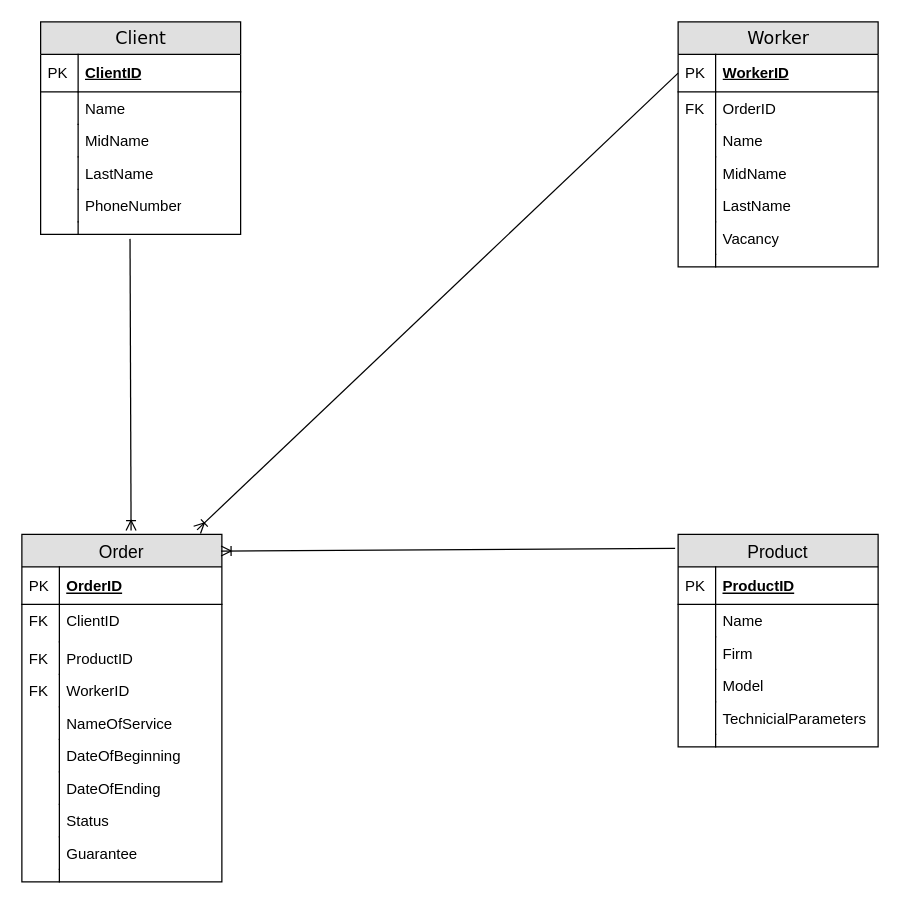
This is Development of a software application.drawio from duxa2089/entity-relationship-model, a draw.io file, before an edit. Source tidied: cells renumbered, new cells numbered last; positions are measured from the earlier drawing's top-left corner, leaving out a move shared by most shapes. Both pictures are drawn from the tidied source at 125%, with x=0, y=0 at pixel (21, 21).
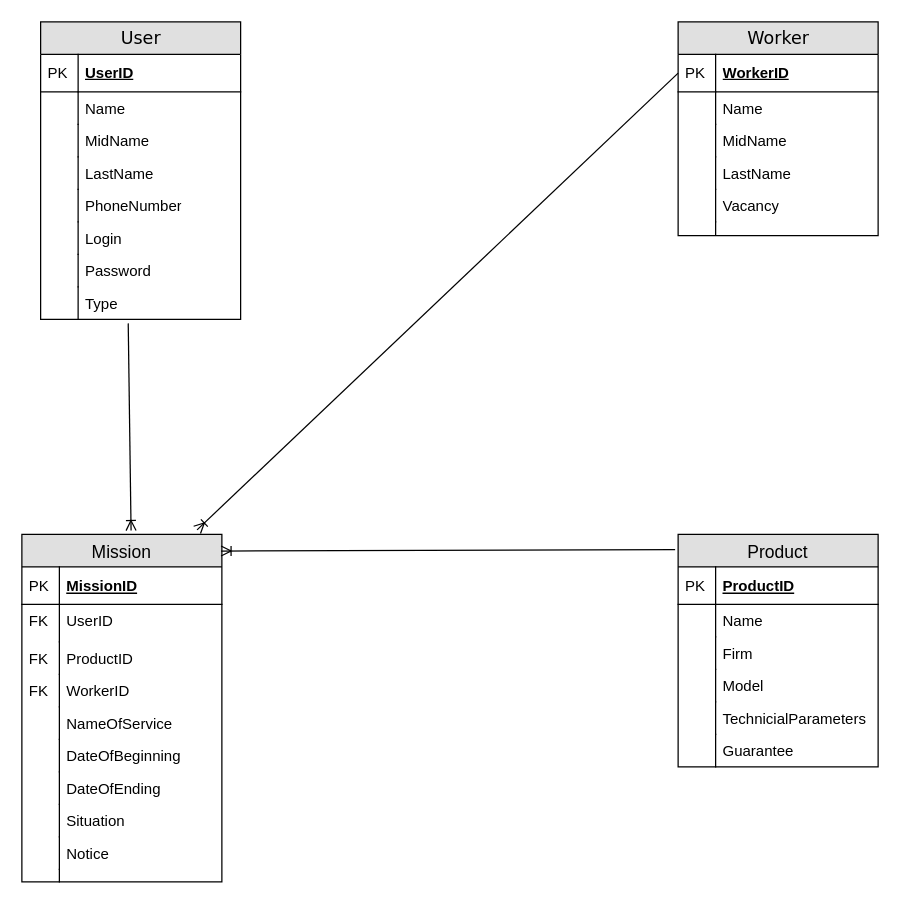
The same diagram, later.

What changed in the source:
```diff
@@
-    <mxCell id="2" value="Client" style="swimlane;html=1;fontStyle=0;horizontal=1;startSize=26;fillColor=#e0e0e0;swimlaneFillColor=#ffffff;align=center;rounded=0;shadow=0;comic=0;labelBackgroundColor=none;strokeColor=#000000;strokeWidth=1;fontFamily=Verdana;fontSize=14;fontColor=#000000;swimlaneLine=1;" parent="1" vertex="1">
-      <mxGeometry x="15" width="160" height="170" as="geometry" />
+    <mxCell id="2" value="User" style="swimlane;html=1;fontStyle=0;horizontal=1;startSize=26;fillColor=#e0e0e0;swimlaneFillColor=#ffffff;align=center;rounded=0;shadow=0;comic=0;labelBackgroundColor=none;strokeColor=#000000;strokeWidth=1;fontFamily=Verdana;fontSize=14;fontColor=#000000;swimlaneLine=1;" parent="1" vertex="1">
+      <mxGeometry x="15" width="160" height="238" as="geometry" />
     </mxCell>
-    <mxCell id="3" value="ClientID" style="shape=partialRectangle;top=0;left=0;right=0;bottom=1;html=1;align=left;verticalAlign=middle;fillColor=none;spacingLeft=34;spacingRight=4;whiteSpace=wrap;overflow=hidden;fontStyle=5;" parent="2" vertex="1">
+    <mxCell id="3" value="UserID" style="shape=partialRectangle;top=0;left=0;right=0;bottom=1;html=1;align=left;verticalAlign=middle;fillColor=none;spacingLeft=34;spacingRight=4;whiteSpace=wrap;overflow=hidden;fontStyle=5;" parent="2" vertex="1">
       <mxGeometry y="26" width="160" height="30" as="geometry" />
     </mxCell>
@@
-    <mxCell id="13" style="shape=partialRectangle;top=0;left=0;right=0;bottom=0;html=1;align=left;verticalAlign=top;fillColor=none;spacingLeft=34;spacingRight=4;whiteSpace=wrap;overflow=hidden;points=[[0,0.5],[1,0.5]];portConstraint=eastwest;" parent="2" vertex="1">
-      <mxGeometry y="160" width="160" height="10" as="geometry" />
-    </mxCell>
-    <mxCell id="14" style="shape=partialRectangle;top=0;left=0;bottom=0;html=1;fillColor=none;align=left;verticalAlign=top;spacingLeft=4;spacingRight=4;whiteSpace=wrap;overflow=hidden;" parent="13" vertex="1">
-      <mxGeometry width="30" height="10" as="geometry" />
-    </mxCell>
+    <mxCell id="67" value="Login" style="shape=partialRectangle;top=0;left=0;right=0;bottom=0;align=left;verticalAlign=top;fillColor=none;spacingLeft=34;spacingRight=4;overflow=hidden;fontSize=12;" parent="2" vertex="1">
+      <mxGeometry y="160" width="160" height="26" as="geometry" />
+    </mxCell>
+    <mxCell id="68" style="shape=partialRectangle;top=0;left=0;bottom=0;fillColor=none;align=left;verticalAlign=top;spacingLeft=4;spacingRight=4;overflow=hidden;fontSize=12;" parent="67" vertex="1">
+      <mxGeometry width="30" height="26" as="geometry" />
+    </mxCell>
+    <mxCell id="69" value="Password" style="shape=partialRectangle;top=0;left=0;right=0;bottom=0;align=left;verticalAlign=top;fillColor=none;spacingLeft=34;spacingRight=4;overflow=hidden;fontSize=12;" parent="2" vertex="1">
+      <mxGeometry y="186" width="160" height="26" as="geometry" />
+    </mxCell>
+    <mxCell id="70" style="shape=partialRectangle;top=0;left=0;bottom=0;fillColor=none;align=left;verticalAlign=top;spacingLeft=4;spacingRight=4;overflow=hidden;fontSize=12;" parent="69" vertex="1">
+      <mxGeometry width="30" height="26" as="geometry" />
+    </mxCell>
+    <mxCell id="71" value="Type" style="shape=partialRectangle;top=0;left=0;right=0;bottom=0;align=left;verticalAlign=top;fillColor=none;spacingLeft=34;spacingRight=4;overflow=hidden;points=[[0,0.5],[1,0.5]];portConstraint=eastwest;fontSize=12;" parent="2" vertex="1">
+      <mxGeometry y="212" width="160" height="26" as="geometry" />
+    </mxCell>
+    <mxCell id="72" style="shape=partialRectangle;top=0;left=0;bottom=0;fillColor=none;align=left;verticalAlign=top;spacingLeft=4;spacingRight=4;overflow=hidden;fontSize=12;" parent="71" vertex="1">
+      <mxGeometry width="30" height="26" as="geometry" />
+    </mxCell>
     <mxCell id="15" value="Worker" style="swimlane;html=1;fontStyle=0;horizontal=1;startSize=26;fillColor=#e0e0e0;swimlaneFillColor=#ffffff;align=center;rounded=0;shadow=0;comic=0;labelBackgroundColor=none;strokeColor=#000000;strokeWidth=1;fontFamily=Verdana;fontSize=14;fontColor=#000000;" parent="1" vertex="1">
-      <mxGeometry x="525" width="160" height="196" as="geometry" />
+      <mxGeometry x="525" width="160" height="171" as="geometry" />
     </mxCell>
@@
-    <mxCell id="18" value="OrderID" style="shape=partialRectangle;top=0;left=0;right=0;bottom=0;align=left;verticalAlign=top;fillColor=none;spacingLeft=34;spacingRight=4;overflow=hidden;fontSize=12;" parent="15" vertex="1">
-      <mxGeometry y="56" width="160" height="26" as="geometry" />
-    </mxCell>
-    <mxCell id="19" value="FK" style="shape=partialRectangle;top=0;left=0;bottom=0;fillColor=none;align=left;verticalAlign=top;spacingLeft=4;spacingRight=4;overflow=hidden;fontSize=12;" parent="18" vertex="1">
-      <mxGeometry width="30" height="26" as="geometry" />
-    </mxCell>
     <mxCell id="20" value="Name" style="shape=partialRectangle;top=0;left=0;right=0;bottom=0;html=1;align=left;verticalAlign=top;fillColor=none;spacingLeft=34;spacingRight=4;whiteSpace=wrap;overflow=hidden;" parent="15" vertex="1">
-      <mxGeometry y="82" width="160" height="26" as="geometry" />
+      <mxGeometry y="56" width="160" height="26" as="geometry" />
     </mxCell>
@@
     <mxCell id="22" value="MidName" style="shape=partialRectangle;top=0;left=0;right=0;bottom=0;html=1;align=left;verticalAlign=top;fillColor=none;spacingLeft=34;spacingRight=4;whiteSpace=wrap;overflow=hidden;" parent="15" vertex="1">
-      <mxGeometry y="108" width="160" height="26" as="geometry" />
+      <mxGeometry y="82" width="160" height="26" as="geometry" />
     </mxCell>
@@
     <mxCell id="24" value="LastName" style="shape=partialRectangle;top=0;left=0;right=0;bottom=0;html=1;align=left;verticalAlign=top;fillColor=none;spacingLeft=34;spacingRight=4;whiteSpace=wrap;overflow=hidden;" parent="15" vertex="1">
-      <mxGeometry y="134" width="160" height="26" as="geometry" />
+      <mxGeometry y="108" width="160" height="26" as="geometry" />
     </mxCell>
@@
     <mxCell id="26" value="Vacancy" style="shape=partialRectangle;top=0;left=0;right=0;bottom=0;html=1;align=left;verticalAlign=top;fillColor=none;spacingLeft=34;spacingRight=4;whiteSpace=wrap;overflow=hidden;" parent="15" vertex="1">
-      <mxGeometry y="160" width="160" height="26" as="geometry" />
+      <mxGeometry y="134" width="160" height="26" as="geometry" />
     </mxCell>
@@
     <mxCell id="28" style="shape=partialRectangle;top=0;left=0;right=0;bottom=0;html=1;align=left;verticalAlign=top;fillColor=none;spacingLeft=34;spacingRight=4;whiteSpace=wrap;overflow=hidden;" parent="15" vertex="1">
-      <mxGeometry y="186" width="160" height="10" as="geometry" />
+      <mxGeometry y="160" width="160" height="10" as="geometry" />
     </mxCell>
@@
-    <mxCell id="30" value="Order" style="swimlane;fontStyle=0;horizontal=1;startSize=26;fillColor=#e0e0e0;swimlaneFillColor=#ffffff;align=center;fontSize=14;" parent="1" vertex="1">
+    <mxCell id="30" value="Mission" style="swimlane;fontStyle=0;horizontal=1;startSize=26;fillColor=#e0e0e0;swimlaneFillColor=#ffffff;align=center;fontSize=14;" parent="1" vertex="1">
       <mxGeometry y="410" width="160" height="278" as="geometry" />
     </mxCell>
-    <mxCell id="31" value="OrderID" style="shape=partialRectangle;top=0;left=0;right=0;bottom=1;align=left;verticalAlign=middle;fillColor=none;spacingLeft=34;spacingRight=4;overflow=hidden;fontStyle=5;fontSize=12;" parent="30" vertex="1">
+    <mxCell id="31" value="MissionID" style="shape=partialRectangle;top=0;left=0;right=0;bottom=1;align=left;verticalAlign=middle;fillColor=none;spacingLeft=34;spacingRight=4;overflow=hidden;fontStyle=5;fontSize=12;" parent="30" vertex="1">
       <mxGeometry y="26" width="160" height="30" as="geometry" />
     </mxCell>
@@
-    <mxCell id="33" value="ClientID" style="shape=partialRectangle;top=0;left=0;right=0;bottom=0;align=left;verticalAlign=top;fillColor=none;spacingLeft=34;spacingRight=4;overflow=hidden;fontSize=12;" parent="30" vertex="1">
+    <mxCell id="33" value="UserID" style="shape=partialRectangle;top=0;left=0;right=0;bottom=0;align=left;verticalAlign=top;fillColor=none;spacingLeft=34;spacingRight=4;overflow=hidden;fontSize=12;" parent="30" vertex="1">
       <mxGeometry y="56" width="160" height="30" as="geometry" />
     </mxCell>
@@
-    <mxCell id="45" value="Status" style="shape=partialRectangle;top=0;left=0;right=0;bottom=0;align=left;verticalAlign=top;fillColor=none;spacingLeft=34;spacingRight=4;overflow=hidden;fontSize=12;" parent="30" vertex="1">
+    <mxCell id="45" value="Situation" style="shape=partialRectangle;top=0;left=0;right=0;bottom=0;align=left;verticalAlign=top;fillColor=none;spacingLeft=34;spacingRight=4;overflow=hidden;fontSize=12;" parent="30" vertex="1">
       <mxGeometry y="216" width="160" height="26" as="geometry" />
     </mxCell>
@@
-    <mxCell id="47" value="Guarantee" style="shape=partialRectangle;top=0;left=0;right=0;bottom=0;align=left;verticalAlign=top;fillColor=none;spacingLeft=34;spacingRight=4;overflow=hidden;fontSize=12;" parent="30" vertex="1">
+    <mxCell id="47" value="Notice" style="shape=partialRectangle;top=0;left=0;right=0;bottom=0;align=left;verticalAlign=top;fillColor=none;spacingLeft=34;spacingRight=4;overflow=hidden;fontSize=12;" parent="30" vertex="1">
       <mxGeometry y="242" width="160" height="26" as="geometry" />
     </mxCell>
@@
     <mxCell id="51" value="Product" style="swimlane;fontStyle=0;horizontal=1;startSize=26;fillColor=#e0e0e0;swimlaneFillColor=#ffffff;align=center;fontSize=14;" parent="1" vertex="1">
-      <mxGeometry x="525" y="410" width="160" height="170" as="geometry" />
+      <mxGeometry x="525" y="410" width="160" height="186" as="geometry" />
     </mxCell>
@@
-    <mxCell id="62" style="shape=partialRectangle;top=0;left=0;right=0;bottom=0;align=left;verticalAlign=top;fillColor=none;spacingLeft=34;spacingRight=4;overflow=hidden;fontSize=12;" parent="51" vertex="1">
-      <mxGeometry y="160" width="160" height="10" as="geometry" />
-    </mxCell>
-    <mxCell id="63" style="shape=partialRectangle;top=0;left=0;bottom=0;fillColor=none;align=left;verticalAlign=top;spacingLeft=4;spacingRight=4;overflow=hidden;fontSize=12;" parent="62" vertex="1">
-      <mxGeometry width="30" height="10" as="geometry" />
-    </mxCell>
+    <mxCell id="73" value="Guarantee" style="shape=partialRectangle;top=0;left=0;right=0;bottom=0;align=left;verticalAlign=top;fillColor=none;spacingLeft=34;spacingRight=4;overflow=hidden;fontSize=12;" parent="51" vertex="1">
+      <mxGeometry y="160" width="160" height="26" as="geometry" />
+    </mxCell>
+    <mxCell id="74" style="shape=partialRectangle;top=0;left=0;bottom=0;fillColor=none;align=left;verticalAlign=top;spacingLeft=4;spacingRight=4;overflow=hidden;fontSize=12;" parent="73" vertex="1">
+      <mxGeometry width="30" height="26" as="geometry" />
+    </mxCell>
@@
-    <mxCell id="65" style="fontSize=12;html=1;endArrow=ERoneToMany;exitX=0.447;exitY=1.36;exitDx=0;exitDy=0;exitPerimeter=0;entryX=0.546;entryY=-0.011;entryDx=0;entryDy=0;entryPerimeter=0;" parent="1" edge="1" source="13" target="30">
+    <mxCell id="65" style="fontSize=12;html=1;endArrow=ERoneToMany;entryX=0.546;entryY=-0.011;entryDx=0;entryDy=0;entryPerimeter=0;exitX=0.438;exitY=1.123;exitDx=0;exitDy=0;exitPerimeter=0;" parent="1" edge="1" source="71" target="30">
       <mxGeometry relative="1" as="geometry" />
     </mxCell>
```
